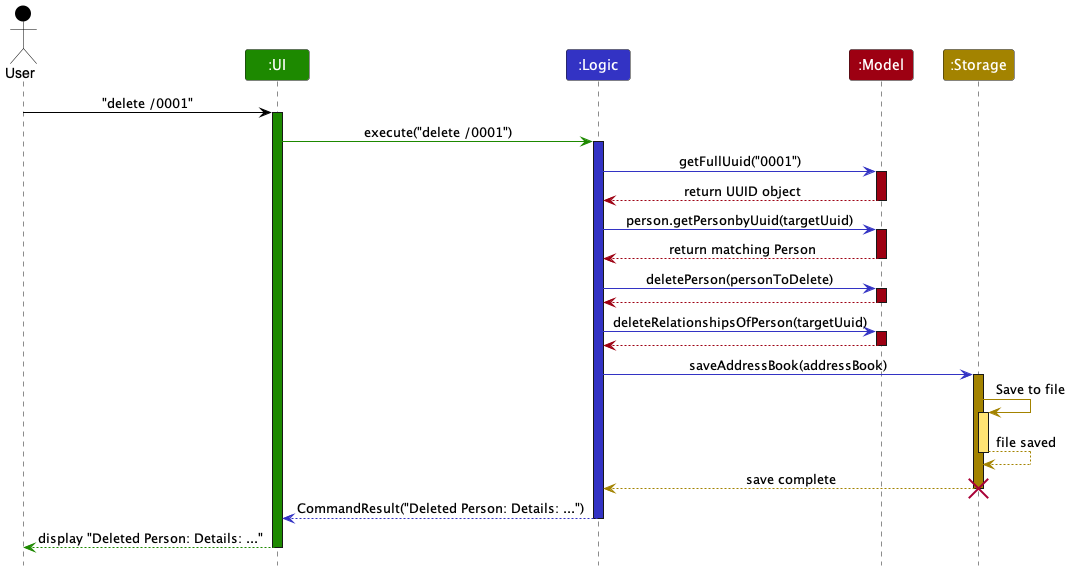
Earlier version of the PlantUML export docs/images/DeletePersonSequenceDiagram.png (Emberlynn-Loo/tp).
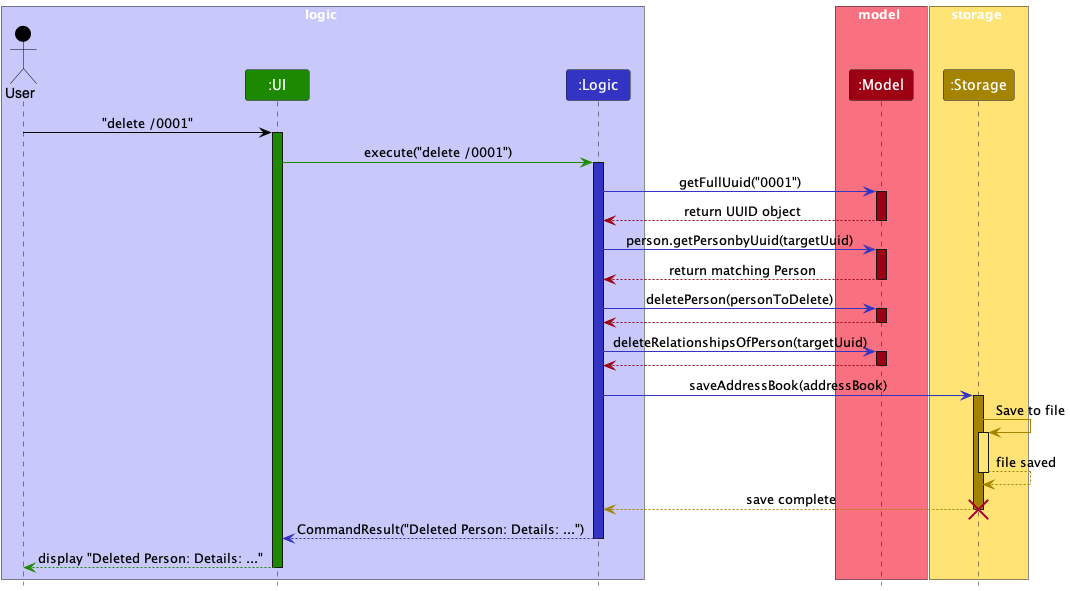
Above is the later version.

Diff of the diagram source:
```diff
@@ -2,11 +2,19 @@
 !include style.puml
 skinparam ArrowFontStyle plain
 
+box logic LOGIC_COLOR_T1
 Actor User as user USER_COLOR
 Participant ":UI" as ui UI_COLOR
 Participant ":Logic" as logic LOGIC_COLOR
+end box
+
+box model MODEL_COLOR_T1
 Participant ":Model" as model MODEL_COLOR
+end box
+
+box storage STORAGE_COLOR_T1
 Participant ":Storage" as storage STORAGE_COLOR
+end box
 
 user -[USER_COLOR]> ui : "delete /0001"
 activate ui UI_COLOR
```
